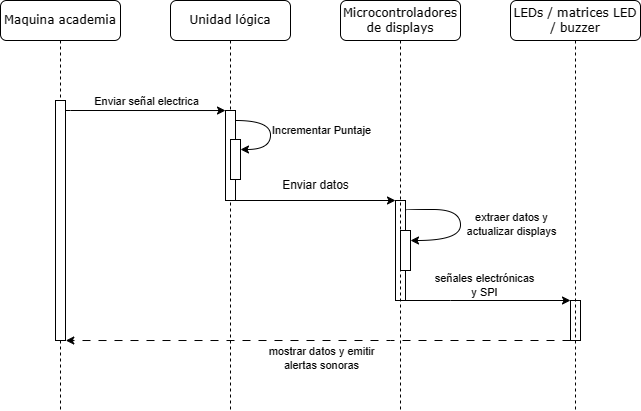
This is Design/UML/Seq and Act/Machine/cm13-seq.png from Diego-Hiriart/Capstone_Hiriart-Corales-Samaniego, a draw.io export, as it was before one commit. Source tidied: cells renumbered, new cells last; positions are measured from the earlier drawing's top-left corner, leaving out a move shared by most shapes. The source it was exported from:
```xml
<mxGraphModel>
  <root>
    <mxCell id="0" />
    <mxCell id="1" parent="0" />
    <mxCell id="2" value="Unidad lógica" style="shape=umlLifeline;perimeter=lifelinePerimeter;whiteSpace=wrap;html=1;rounded=1;shadow=0;comic=0;labelBackgroundColor=none;strokeWidth=1;fontFamily=Verdana;fontSize=12;align=center;" parent="1" vertex="1">
      <mxGeometry x="170" width="120" height="410" as="geometry" />
    </mxCell>
    <mxCell id="3" style="rounded=0;whiteSpace=wrap;html=1;" parent="2" vertex="1">
      <mxGeometry x="55" y="110" width="10" height="90" as="geometry" />
    </mxCell>
    <mxCell id="4" style="edgeStyle=orthogonalEdgeStyle;rounded=0;jettySize=auto;html=1;" parent="2" edge="1" source="5" target="8">
      <mxGeometry relative="1" as="geometry">
        <Array as="points">
          <mxPoint x="65" y="200" />
        </Array>
      </mxGeometry>
    </mxCell>
    <mxCell id="5" style="rounded=0;whiteSpace=wrap;html=1;" parent="2" vertex="1">
      <mxGeometry x="60" y="139" width="10" height="40" as="geometry" />
    </mxCell>
    <mxCell id="6" style="endArrow=classic;html=1;rounded=0;edgeStyle=orthogonalEdgeStyle;curved=1;" parent="2" edge="1">
      <mxGeometry relative="1" as="geometry">
        <mxPoint x="65" y="120" as="sourcePoint" />
        <mxPoint x="70" y="149" as="targetPoint" />
        <Array as="points">
          <mxPoint x="100" y="120" />
          <mxPoint x="100" y="149" />
        </Array>
      </mxGeometry>
    </mxCell>
    <mxCell id="7" value="Incrementar Puntaje" style="edgeLabel;html=1;align=center;verticalAlign=middle;" parent="6" vertex="1">
      <mxGeometry x="-0.13" y="-1" relative="1" as="geometry">
        <mxPoint x="51" y="3" as="offset" />
      </mxGeometry>
    </mxCell>
    <mxCell id="8" style="rounded=0;whiteSpace=wrap;html=1;" parent="2" vertex="1">
      <mxGeometry x="225" y="200" width="10" height="100" as="geometry" />
    </mxCell>
    <mxCell id="9" style="rounded=0;whiteSpace=wrap;html=1;" parent="2" vertex="1">
      <mxGeometry x="230" y="230" width="10" height="40" as="geometry" />
    </mxCell>
    <mxCell id="10" style="endArrow=classic;html=1;rounded=0;edgeStyle=orthogonalEdgeStyle;curved=1;entryX=1;entryY=0.25;entryDx=0;entryDy=0;" parent="2" edge="1" target="9">
      <mxGeometry relative="1" as="geometry">
        <mxPoint x="235" y="210" as="sourcePoint" />
        <Array as="points">
          <mxPoint x="290" y="209" />
          <mxPoint x="290" y="240" />
        </Array>
      </mxGeometry>
    </mxCell>
    <mxCell id="11" value="extraer datos y &lt;br&gt;actualizar displays" style="edgeLabel;html=1;align=center;verticalAlign=middle;" parent="10" vertex="1">
      <mxGeometry x="-0.13" y="-1" relative="1" as="geometry">
        <mxPoint x="51" y="11" as="offset" />
      </mxGeometry>
    </mxCell>
    <mxCell id="12" style="edgeStyle=orthogonalEdgeStyle;rounded=0;jettySize=auto;html=1;exitX=0;exitY=1;exitDx=0;exitDy=0;entryX=1.028;entryY=0.963;entryDx=0;entryDy=0;entryPerimeter=0;dashed=1;dashPattern=8 8;" parent="2" edge="1" source="14">
      <mxGeometry relative="1" as="geometry">
        <mxPoint x="-104.7" y="340" as="targetPoint" />
        <Array as="points">
          <mxPoint x="220" y="340" />
          <mxPoint x="220" y="340" />
        </Array>
      </mxGeometry>
    </mxCell>
    <mxCell id="13" value="mostrar datos y emitir &lt;br&gt;alertas sonoras" style="edgeLabel;html=1;align=center;verticalAlign=middle;" parent="12" vertex="1">
      <mxGeometry x="-0.3" relative="1" as="geometry">
        <mxPoint x="-73" y="17" as="offset" />
      </mxGeometry>
    </mxCell>
    <mxCell id="14" style="rounded=0;whiteSpace=wrap;html=1;" parent="2" vertex="1">
      <mxGeometry x="400" y="300" width="10" height="40" as="geometry" />
    </mxCell>
    <mxCell id="15" style="edgeStyle=orthogonalEdgeStyle;rounded=0;jettySize=auto;html=1;exitX=1;exitY=1;exitDx=0;exitDy=0;entryX=0;entryY=0;entryDx=0;entryDy=0;" parent="2" edge="1" source="8" target="14">
      <mxGeometry relative="1" as="geometry">
        <Array as="points">
          <mxPoint x="280" y="300" />
          <mxPoint x="280" y="300" />
        </Array>
      </mxGeometry>
    </mxCell>
    <mxCell id="16" value="señales electrónicas &lt;br&gt;y SPI" style="edgeLabel;html=1;align=center;verticalAlign=middle;" parent="15" vertex="1">
      <mxGeometry x="-0.18" y="-2" relative="1" as="geometry">
        <mxPoint x="11" y="-18" as="offset" />
      </mxGeometry>
    </mxCell>
    <mxCell id="17" value="Microcontroladores de displays" style="shape=umlLifeline;perimeter=lifelinePerimeter;whiteSpace=wrap;html=1;outlineConnect=0;rounded=1;shadow=0;comic=0;labelBackgroundColor=none;strokeWidth=1;fontFamily=Verdana;fontSize=12;align=center;size=40;" parent="1" vertex="1">
      <mxGeometry x="340" width="120" height="410" as="geometry" />
    </mxCell>
    <mxCell id="18" value="LEDs / matrices LED / buzzer" style="shape=umlLifeline;perimeter=lifelinePerimeter;whiteSpace=wrap;html=1;rounded=1;shadow=0;comic=0;labelBackgroundColor=none;strokeWidth=1;fontFamily=Verdana;fontSize=12;align=center;" parent="1" vertex="1">
      <mxGeometry x="510" width="130" height="410" as="geometry" />
    </mxCell>
    <mxCell id="19" value="Maquina academia" style="shape=umlLifeline;perimeter=lifelinePerimeter;whiteSpace=wrap;html=1;rounded=1;shadow=0;comic=0;labelBackgroundColor=none;strokeWidth=1;fontFamily=Verdana;fontSize=12;align=center;" parent="1" vertex="1">
      <mxGeometry width="120" height="410" as="geometry" />
    </mxCell>
    <mxCell id="20" style="rounded=0;whiteSpace=wrap;html=1;" parent="19" vertex="1">
      <mxGeometry x="55" y="100" width="10" height="240" as="geometry" />
    </mxCell>
    <mxCell id="21" style="edgeStyle=orthogonalEdgeStyle;rounded=0;jettySize=auto;html=1;" parent="1" edge="1" source="20">
      <mxGeometry relative="1" as="geometry">
        <mxPoint x="225" y="110" as="targetPoint" />
        <Array as="points">
          <mxPoint x="70" y="110" />
          <mxPoint x="70" y="110" />
        </Array>
      </mxGeometry>
    </mxCell>
    <mxCell id="22" value="Enviar señal electrica" style="edgeLabel;html=1;align=center;verticalAlign=middle;" parent="21" vertex="1">
      <mxGeometry x="0.01" y="-2" relative="1" as="geometry">
        <mxPoint y="-12" as="offset" />
      </mxGeometry>
    </mxCell>
    <mxCell id="23" value="Enviar datos" style="text;html=1;align=center;verticalAlign=middle;points=[];strokeColor=none;fillColor=none;" parent="1" vertex="1">
      <mxGeometry x="270" y="170" width="90" height="30" as="geometry" />
    </mxCell>
  </root>
</mxGraphModel>
```
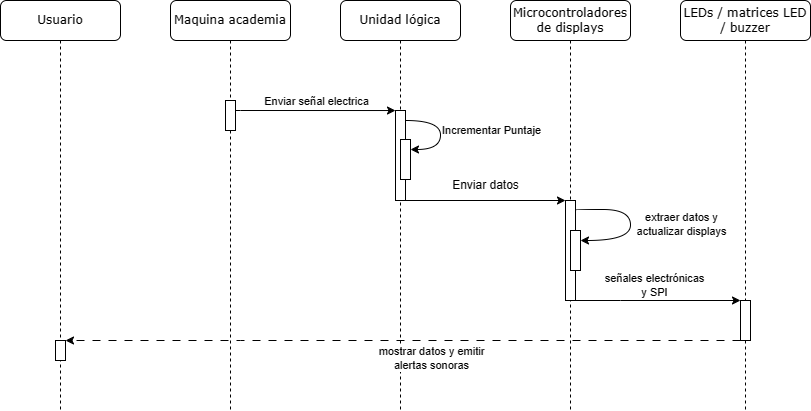
Later version of the same file.

The edit, as a diff of the source:
```diff
@@ -8,109 +8,114 @@
     <mxCell id="3" style="rounded=0;whiteSpace=wrap;html=1;" parent="2" vertex="1">
       <mxGeometry x="55" y="110" width="10" height="90" as="geometry" />
     </mxCell>
-    <mxCell id="4" style="edgeStyle=orthogonalEdgeStyle;rounded=0;jettySize=auto;html=1;" parent="2" edge="1" source="5" target="8">
-      <mxGeometry relative="1" as="geometry">
-        <Array as="points">
-          <mxPoint x="65" y="200" />
-        </Array>
-      </mxGeometry>
+    <mxCell id="4" style="rounded=0;whiteSpace=wrap;html=1;" parent="2" vertex="1">
+      <mxGeometry x="60" y="139" width="10" height="40" as="geometry" />
     </mxCell>
-    <mxCell id="5" style="rounded=0;whiteSpace=wrap;html=1;" parent="2" vertex="1">
-      <mxGeometry x="60" y="139" width="10" height="40" as="geometry" />
+    <mxCell id="5" style="endArrow=classic;html=1;rounded=0;edgeStyle=orthogonalEdgeStyle;curved=1;" parent="2" edge="1">
+      <mxGeometry relative="1" as="geometry">
+        <mxPoint x="65" y="120" as="sourcePoint" />
+        <mxPoint x="70" y="149" as="targetPoint" />
+        <Array as="points">
+          <mxPoint x="100" y="120" />
+          <mxPoint x="100" y="149" />
+        </Array>
+      </mxGeometry>
     </mxCell>
-    <mxCell id="6" style="endArrow=classic;html=1;rounded=0;edgeStyle=orthogonalEdgeStyle;curved=1;" parent="2" edge="1">
-      <mxGeometry relative="1" as="geometry">
-        <mxPoint x="65" y="120" as="sourcePoint" />
-        <mxPoint x="70" y="149" as="targetPoint" />
-        <Array as="points">
-          <mxPoint x="100" y="120" />
-          <mxPoint x="100" y="149" />
-        </Array>
+    <mxCell id="6" value="Incrementar Puntaje" style="edgeLabel;html=1;align=center;verticalAlign=middle;" parent="5" vertex="1">
+      <mxGeometry x="-0.13" y="-1" relative="1" as="geometry">
+        <mxPoint x="51" y="3" as="offset" />
       </mxGeometry>
     </mxCell>
-    <mxCell id="7" value="Incrementar Puntaje" style="edgeLabel;html=1;align=center;verticalAlign=middle;" parent="6" vertex="1">
-      <mxGeometry x="-0.13" y="-1" relative="1" as="geometry">
-        <mxPoint x="51" y="3" as="offset" />
+    <mxCell id="7" style="endArrow=classic;html=1;rounded=0;edgeStyle=orthogonalEdgeStyle;curved=1;entryX=1;entryY=0.25;entryDx=0;entryDy=0;" parent="2" edge="1" target="24">
+      <mxGeometry relative="1" as="geometry">
+        <mxPoint x="235" y="210" as="sourcePoint" />
+        <Array as="points">
+          <mxPoint x="290" y="209" />
+          <mxPoint x="290" y="240" />
+        </Array>
       </mxGeometry>
     </mxCell>
-    <mxCell id="8" style="rounded=0;whiteSpace=wrap;html=1;" parent="2" vertex="1">
-      <mxGeometry x="225" y="200" width="10" height="100" as="geometry" />
+    <mxCell id="8" value="extraer datos y &lt;br&gt;actualizar displays" style="edgeLabel;html=1;align=center;verticalAlign=middle;points=[];" parent="7" vertex="1">
+      <mxGeometry x="-0.13" y="-1" relative="1" as="geometry">
+        <mxPoint x="51" y="11" as="offset" />
+      </mxGeometry>
     </mxCell>
-    <mxCell id="9" style="rounded=0;whiteSpace=wrap;html=1;" parent="2" vertex="1">
-      <mxGeometry x="230" y="230" width="10" height="40" as="geometry" />
+    <mxCell id="9" value="Microcontroladores de displays" style="shape=umlLifeline;perimeter=lifelinePerimeter;whiteSpace=wrap;html=1;outlineConnect=0;rounded=1;shadow=0;comic=0;labelBackgroundColor=none;strokeWidth=1;fontFamily=Verdana;fontSize=12;align=center;size=40;" parent="1" vertex="1">
+      <mxGeometry x="340" width="120" height="410" as="geometry" />
     </mxCell>
-    <mxCell id="10" style="endArrow=classic;html=1;rounded=0;edgeStyle=orthogonalEdgeStyle;curved=1;entryX=1;entryY=0.25;entryDx=0;entryDy=0;" parent="2" edge="1" target="9">
-      <mxGeometry relative="1" as="geometry">
-        <mxPoint x="235" y="210" as="sourcePoint" />
-        <Array as="points">
-          <mxPoint x="290" y="209" />
-          <mxPoint x="290" y="240" />
-        </Array>
-      </mxGeometry>
+    <mxCell id="10" value="LEDs / matrices LED / buzzer" style="shape=umlLifeline;perimeter=lifelinePerimeter;whiteSpace=wrap;html=1;rounded=1;shadow=0;comic=0;labelBackgroundColor=none;strokeWidth=1;fontFamily=Verdana;fontSize=12;align=center;" parent="1" vertex="1">
+      <mxGeometry x="510" width="130" height="410" as="geometry" />
     </mxCell>
-    <mxCell id="11" value="extraer datos y &lt;br&gt;actualizar displays" style="edgeLabel;html=1;align=center;verticalAlign=middle;" parent="10" vertex="1">
-      <mxGeometry x="-0.13" y="-1" relative="1" as="geometry">
-        <mxPoint x="51" y="11" as="offset" />
-      </mxGeometry>
+    <mxCell id="11" value="Maquina academia" style="shape=umlLifeline;perimeter=lifelinePerimeter;whiteSpace=wrap;html=1;rounded=1;shadow=0;comic=0;labelBackgroundColor=none;strokeWidth=1;fontFamily=Verdana;fontSize=12;align=center;" parent="1" vertex="1">
+      <mxGeometry width="120" height="410" as="geometry" />
     </mxCell>
-    <mxCell id="12" style="edgeStyle=orthogonalEdgeStyle;rounded=0;jettySize=auto;html=1;exitX=0;exitY=1;exitDx=0;exitDy=0;entryX=1.028;entryY=0.963;entryDx=0;entryDy=0;entryPerimeter=0;dashed=1;dashPattern=8 8;" parent="2" edge="1" source="14">
-      <mxGeometry relative="1" as="geometry">
-        <mxPoint x="-104.7" y="340" as="targetPoint" />
-        <Array as="points">
-          <mxPoint x="220" y="340" />
-          <mxPoint x="220" y="340" />
-        </Array>
-      </mxGeometry>
+    <mxCell id="12" style="rounded=0;whiteSpace=wrap;html=1;" parent="11" vertex="1">
+      <mxGeometry x="55" y="100" width="10" height="30" as="geometry" />
     </mxCell>
-    <mxCell id="13" value="mostrar datos y emitir &lt;br&gt;alertas sonoras" style="edgeLabel;html=1;align=center;verticalAlign=middle;" parent="12" vertex="1">
-      <mxGeometry x="-0.3" relative="1" as="geometry">
-        <mxPoint x="-73" y="17" as="offset" />
+    <mxCell id="13" style="edgeStyle=orthogonalEdgeStyle;rounded=0;jettySize=auto;html=1;" parent="1" edge="1" source="12">
+      <mxGeometry relative="1" as="geometry">
+        <mxPoint x="225" y="110" as="targetPoint" />
+        <Array as="points">
+          <mxPoint x="70" y="110" />
+          <mxPoint x="70" y="110" />
+        </Array>
       </mxGeometry>
     </mxCell>
-    <mxCell id="14" style="rounded=0;whiteSpace=wrap;html=1;" parent="2" vertex="1">
-      <mxGeometry x="400" y="300" width="10" height="40" as="geometry" />
+    <mxCell id="14" value="Enviar señal electrica" style="edgeLabel;html=1;align=center;verticalAlign=middle;points=[];" parent="13" vertex="1">
+      <mxGeometry x="0.01" y="-2" relative="1" as="geometry">
+        <mxPoint y="-12" as="offset" />
+      </mxGeometry>
     </mxCell>
-    <mxCell id="15" style="edgeStyle=orthogonalEdgeStyle;rounded=0;jettySize=auto;html=1;exitX=1;exitY=1;exitDx=0;exitDy=0;entryX=0;entryY=0;entryDx=0;entryDy=0;" parent="2" edge="1" source="8" target="14">
-      <mxGeometry relative="1" as="geometry">
-        <Array as="points">
-          <mxPoint x="280" y="300" />
-          <mxPoint x="280" y="300" />
-        </Array>
-      </mxGeometry>
+    <mxCell id="15" value="Enviar datos" style="text;html=1;align=center;verticalAlign=middle;strokeColor=none;fillColor=none;" parent="1" vertex="1">
+      <mxGeometry x="270" y="170" width="90" height="30" as="geometry" />
     </mxCell>
-    <mxCell id="16" value="señales electrónicas &lt;br&gt;y SPI" style="edgeLabel;html=1;align=center;verticalAlign=middle;" parent="15" vertex="1">
-      <mxGeometry x="-0.18" y="-2" relative="1" as="geometry">
-        <mxPoint x="11" y="-18" as="offset" />
-      </mxGeometry>
+    <mxCell id="16" value="Usuario" style="shape=umlLifeline;perimeter=lifelinePerimeter;whiteSpace=wrap;html=1;rounded=1;shadow=0;comic=0;labelBackgroundColor=none;strokeWidth=1;fontFamily=Verdana;fontSize=12;align=center;" parent="1" vertex="1">
+      <mxGeometry x="-170" width="120" height="410" as="geometry" />
     </mxCell>
-    <mxCell id="17" value="Microcontroladores de displays" style="shape=umlLifeline;perimeter=lifelinePerimeter;whiteSpace=wrap;html=1;outlineConnect=0;rounded=1;shadow=0;comic=0;labelBackgroundColor=none;strokeWidth=1;fontFamily=Verdana;fontSize=12;align=center;size=40;" parent="1" vertex="1">
-      <mxGeometry x="340" width="120" height="410" as="geometry" />
+    <mxCell id="17" style="rounded=0;whiteSpace=wrap;html=1;" parent="16" vertex="1">
+      <mxGeometry x="55" y="340" width="10" height="20" as="geometry" />
     </mxCell>
-    <mxCell id="18" value="LEDs / matrices LED / buzzer" style="shape=umlLifeline;perimeter=lifelinePerimeter;whiteSpace=wrap;html=1;rounded=1;shadow=0;comic=0;labelBackgroundColor=none;strokeWidth=1;fontFamily=Verdana;fontSize=12;align=center;" parent="1" vertex="1">
-      <mxGeometry x="510" width="130" height="410" as="geometry" />
+    <mxCell id="18" style="edgeStyle=orthogonalEdgeStyle;rounded=0;jettySize=auto;html=1;exitX=0;exitY=1;exitDx=0;exitDy=0;entryX=1;entryY=0;entryDx=0;entryDy=0;dashed=1;dashPattern=8 8;" parent="1" edge="1" source="25" target="17">
+      <mxGeometry relative="1" as="geometry">
+        <Array as="points">
+          <mxPoint x="70" y="340" />
+          <mxPoint x="70" y="340" />
+        </Array>
+      </mxGeometry>
     </mxCell>
-    <mxCell id="19" value="Maquina academia" style="shape=umlLifeline;perimeter=lifelinePerimeter;whiteSpace=wrap;html=1;rounded=1;shadow=0;comic=0;labelBackgroundColor=none;strokeWidth=1;fontFamily=Verdana;fontSize=12;align=center;" parent="1" vertex="1">
-      <mxGeometry width="120" height="410" as="geometry" />
+    <mxCell id="19" value="mostrar datos y emitir &lt;br&gt;alertas sonoras" style="edgeLabel;html=1;align=center;verticalAlign=middle;" parent="18" vertex="1">
+      <mxGeometry x="-0.3" relative="1" as="geometry">
+        <mxPoint x="-73" y="17" as="offset" />
+      </mxGeometry>
     </mxCell>
-    <mxCell id="20" style="rounded=0;whiteSpace=wrap;html=1;" parent="19" vertex="1">
-      <mxGeometry x="55" y="100" width="10" height="240" as="geometry" />
+    <mxCell id="20" style="edgeStyle=orthogonalEdgeStyle;rounded=0;jettySize=auto;html=1;" parent="1" edge="1" source="4" target="23">
+      <mxGeometry relative="1" as="geometry">
+        <Array as="points">
+          <mxPoint x="235" y="200" />
+        </Array>
+      </mxGeometry>
     </mxCell>
-    <mxCell id="21" style="edgeStyle=orthogonalEdgeStyle;rounded=0;jettySize=auto;html=1;" parent="1" edge="1" source="20">
+    <mxCell id="21" style="edgeStyle=orthogonalEdgeStyle;rounded=0;jettySize=auto;html=1;exitX=1;exitY=1;exitDx=0;exitDy=0;entryX=0;entryY=0;entryDx=0;entryDy=0;" parent="1" edge="1" source="23" target="25">
       <mxGeometry relative="1" as="geometry">
-        <mxPoint x="225" y="110" as="targetPoint" />
         <Array as="points">
-          <mxPoint x="70" y="110" />
-          <mxPoint x="70" y="110" />
+          <mxPoint x="450" y="300" />
+          <mxPoint x="450" y="300" />
         </Array>
       </mxGeometry>
     </mxCell>
-    <mxCell id="22" value="Enviar señal electrica" style="edgeLabel;html=1;align=center;verticalAlign=middle;" parent="21" vertex="1">
-      <mxGeometry x="0.01" y="-2" relative="1" as="geometry">
-        <mxPoint y="-12" as="offset" />
+    <mxCell id="22" value="señales electrónicas &lt;br&gt;y SPI" style="edgeLabel;html=1;align=center;verticalAlign=middle;" parent="21" vertex="1">
+      <mxGeometry x="-0.18" y="-2" relative="1" as="geometry">
+        <mxPoint x="11" y="-18" as="offset" />
       </mxGeometry>
     </mxCell>
-    <mxCell id="23" value="Enviar datos" style="text;html=1;align=center;verticalAlign=middle;points=[];strokeColor=none;fillColor=none;" parent="1" vertex="1">
-      <mxGeometry x="270" y="170" width="90" height="30" as="geometry" />
+    <mxCell id="23" style="rounded=0;whiteSpace=wrap;html=1;" parent="1" vertex="1">
+      <mxGeometry x="395" y="200" width="10" height="100" as="geometry" />
     </mxCell>
+    <mxCell id="24" style="rounded=0;whiteSpace=wrap;html=1;" parent="1" vertex="1">
+      <mxGeometry x="400" y="230" width="10" height="40" as="geometry" />
+    </mxCell>
+    <mxCell id="25" style="rounded=0;whiteSpace=wrap;html=1;" parent="1" vertex="1">
+      <mxGeometry x="570" y="300" width="10" height="40" as="geometry" />
+    </mxCell>
   </root>
 </mxGraphModel>
```
